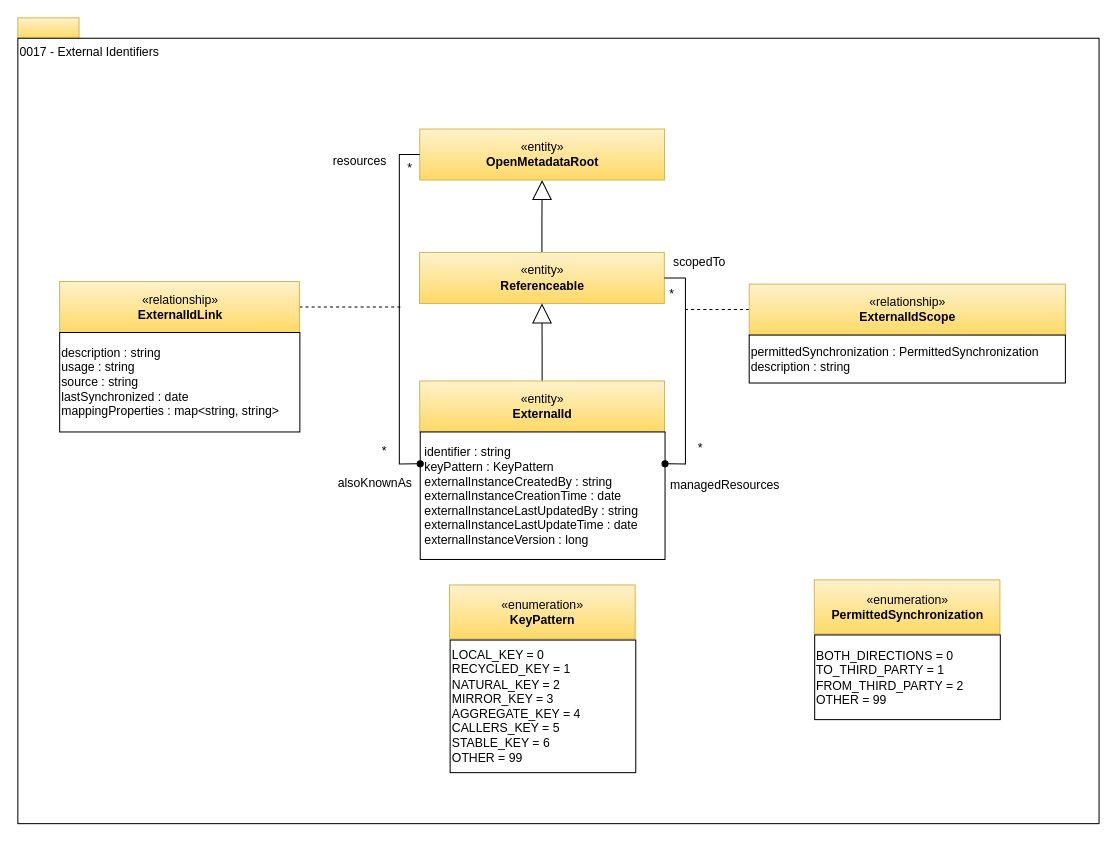
Earlier version of the draw.io diagram page "0017-External-Identifiers" (8 of 29) of site/docs/types/0/area-0-basic-types-and-infrastructure.drawio (odpi/egeria-docs). Source tidied: cells renumbered, new cells numbered last; positions are measured from the earlier drawing's top-left corner, leaving out a move shared by most shapes. Both pictures are drawn from the tidied source at 102%, with x=0, y=0 at pixel (17, 17).
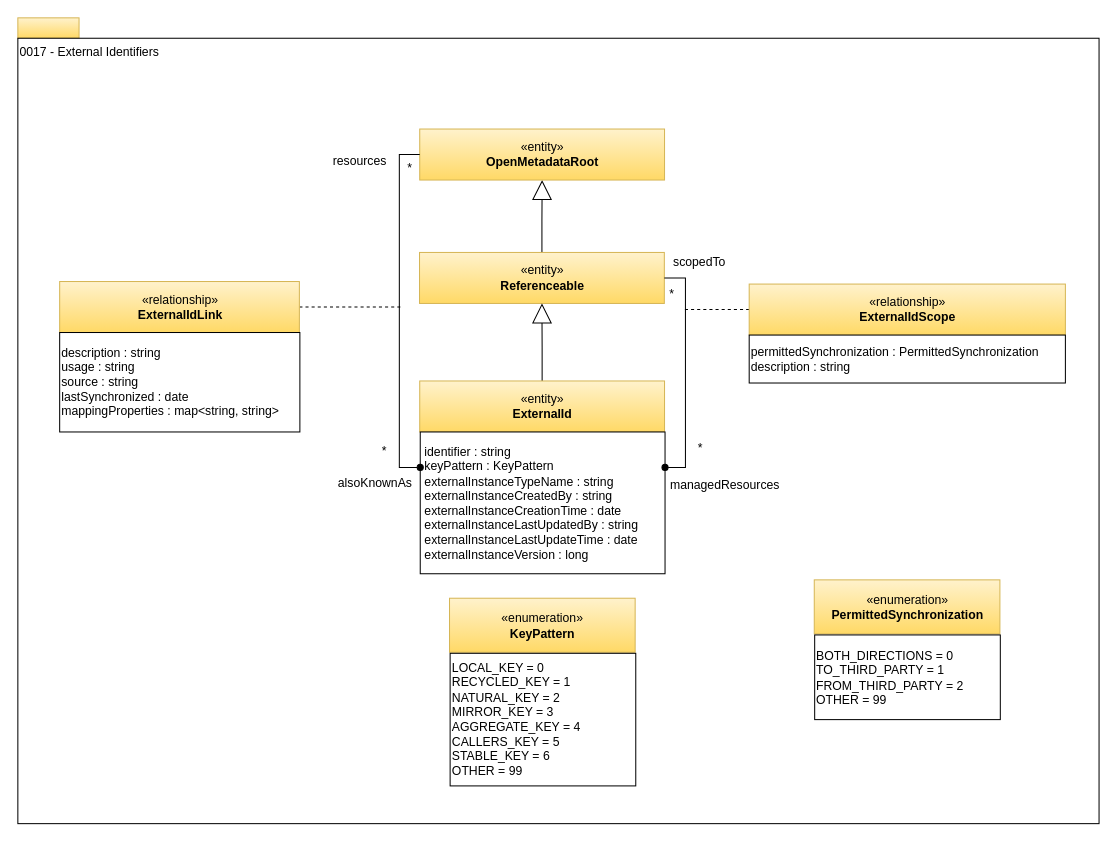
The same page after the edit.

Diff of the diagram source:
```diff
@@
-    <mxCell id="11" value="identifier : string&lt;br&gt;keyPattern : KeyPattern&lt;br&gt;externalInstanceCreatedBy : string&lt;br&gt;externalInstanceCreationTime : date&lt;br&gt;externalInstanceLastUpdatedBy : string&lt;br&gt;externalInstanceLastUpdateTime : date&lt;br&gt;externalInstanceVersion : long&lt;br&gt;&lt;div style=&quot;text-align: left&quot;&gt;&lt;/div&gt;" style="rounded=0;whiteSpace=wrap;html=1;strokeColor=#000000;gradientColor=#ffffff;align=left;spacingLeft=2;" parent="1" vertex="1">
-      <mxGeometry x="394.5" y="406" width="240" height="125" as="geometry" />
+    <mxCell id="11" value="identifier : string&lt;br&gt;keyPattern : KeyPattern&lt;div&gt;externalInstanceTypeName : string&lt;br&gt;externalInstanceCreatedBy : string&lt;br&gt;externalInstanceCreationTime : date&lt;br&gt;externalInstanceLastUpdatedBy : string&lt;br&gt;externalInstanceLastUpdateTime : date&lt;br&gt;externalInstanceVersion : long&lt;br&gt;&lt;div style=&quot;text-align: left&quot;&gt;&lt;/div&gt;&lt;/div&gt;" style="rounded=0;whiteSpace=wrap;html=1;strokeColor=#000000;gradientColor=#ffffff;align=left;spacingLeft=2;" parent="1" vertex="1">
+      <mxGeometry x="394.5" y="406" width="240" height="139" as="geometry" />
     </mxCell>
@@
     <mxCell id="16" value="«enumeration»&lt;br&gt;&lt;b&gt;KeyPattern&lt;/b&gt;" style="html=1;strokeColor=#d6b656;align=center;fillColor=#fff2cc;gradientColor=#ffd966;" parent="1" vertex="1">
-      <mxGeometry x="423.2" y="556" width="182" height="53" as="geometry" />
+      <mxGeometry x="423.2" y="569" width="182" height="53" as="geometry" />
     </mxCell>
     <mxCell id="17" value="LOCAL_KEY = 0&lt;br&gt;RECYCLED_KEY = 1&lt;br&gt;NATURAL_KEY = 2&lt;br&gt;MIRROR_KEY = 3&lt;br&gt;AGGREGATE_KEY = 4&lt;br&gt;CALLERS_KEY = 5&lt;br&gt;STABLE_KEY = 6&lt;br&gt;OTHER = 99&lt;br&gt;" style="rounded=0;whiteSpace=wrap;html=1;strokeColor=#000000;gradientColor=#ffffff;align=left;" parent="1" vertex="1">
-      <mxGeometry x="423.8" y="610" width="182" height="130" as="geometry" />
+      <mxGeometry x="423.8" y="623" width="182" height="130" as="geometry" />
     </mxCell>
```
